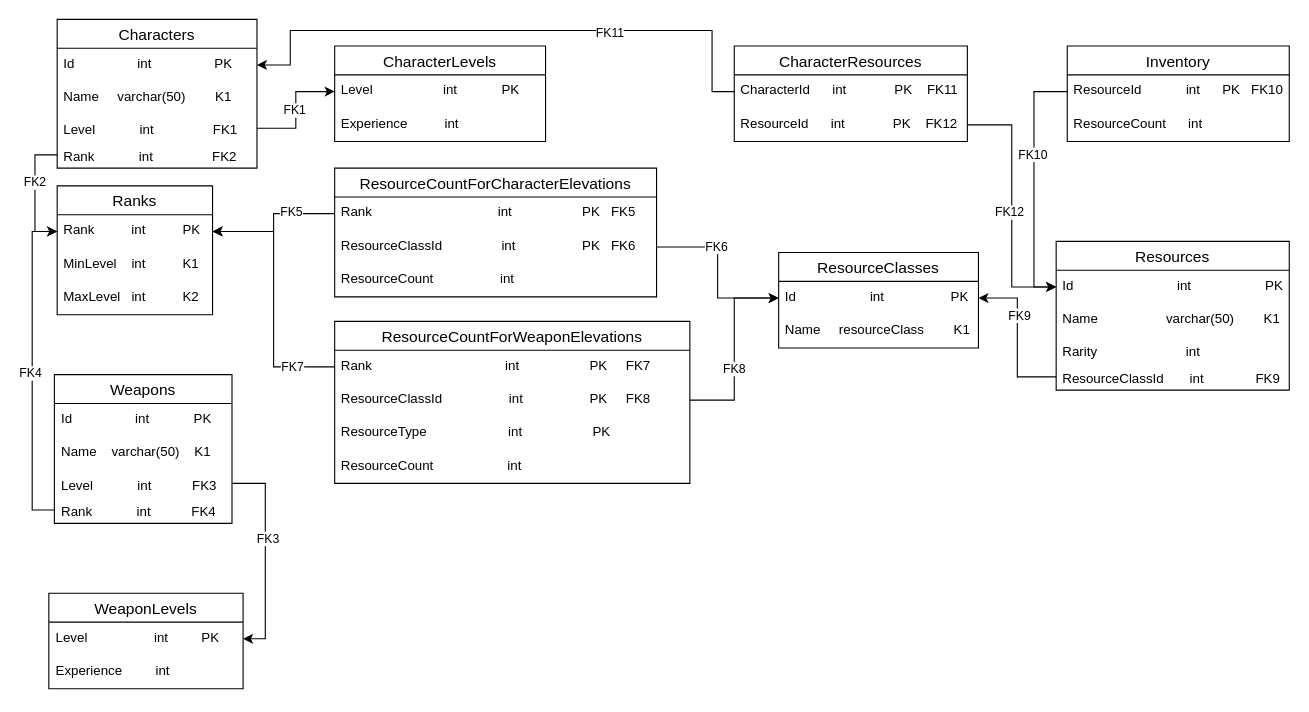
This is project/models/PDM.drawio from Matrixoid/itmo-database-course, a draw.io file, before an edit. Source tidied: cells renumbered, new cells numbered last; positions are measured from the earlier drawing's top-left corner, leaving out a move shared by most shapes. Both pictures are drawn from the tidied source at 111%, with x=0, y=0 at pixel (34, 19).
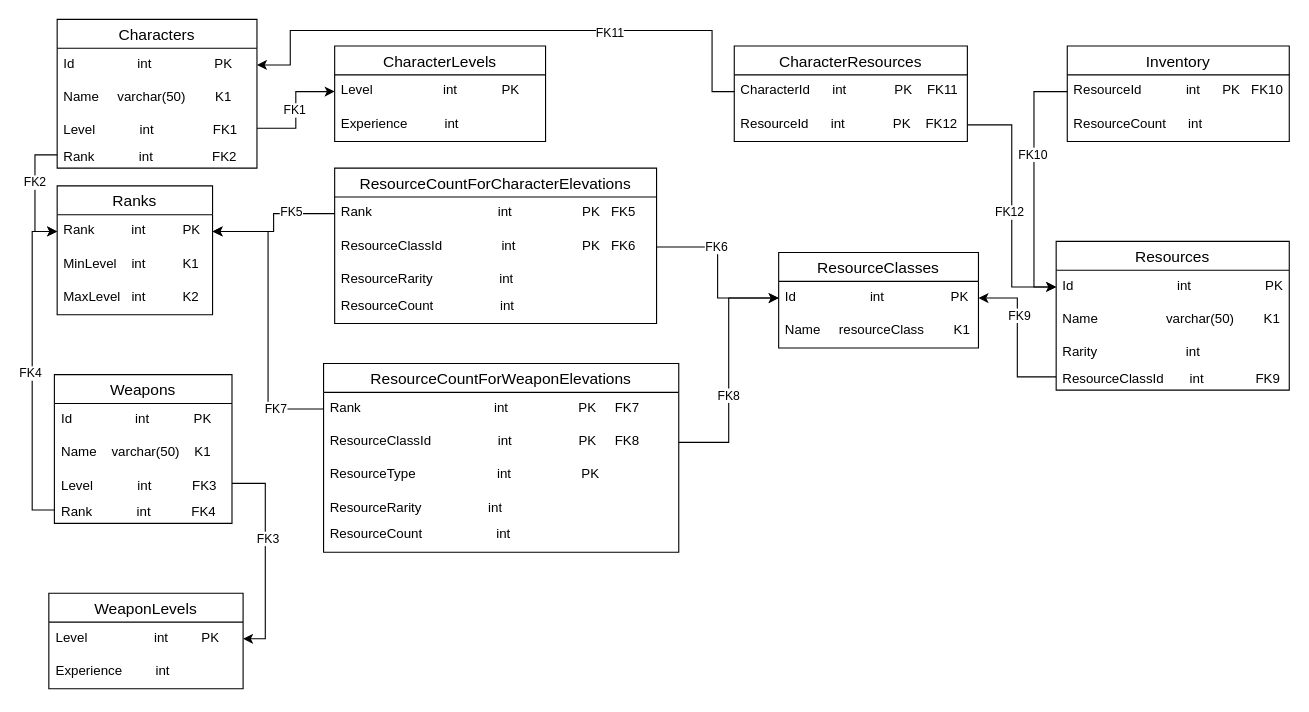
Above is the later version.

The edit, as a diff of the source:
```diff
@@
     <mxCell id="15" value="ResourceCountForCharacterElevations" style="swimlane;fontStyle=0;horizontal=1;startSize=26;align=center;fontSize=14;" parent="1" vertex="1">
-      <mxGeometry x="270" y="134" width="290" height="116" as="geometry" />
+      <mxGeometry x="270" y="134" width="290" height="140" as="geometry" />
     </mxCell>
@@
+    <mxCell id="69" value="ResourceRarity&amp;nbsp; &amp;nbsp; &amp;nbsp; &amp;nbsp; &amp;nbsp; &amp;nbsp; &amp;nbsp; &amp;nbsp; &amp;nbsp; int" style="text;strokeColor=none;fillColor=none;spacingLeft=4;spacingRight=4;overflow=hidden;fontSize=12;whiteSpace=wrap;html=1;" parent="15" vertex="1">
+      <mxGeometry y="86" width="290" height="24" as="geometry" />
+    </mxCell>
     <mxCell id="18" value="ResourceCount&amp;nbsp; &amp;nbsp; &amp;nbsp; &amp;nbsp; &amp;nbsp; &amp;nbsp; &amp;nbsp; &amp;nbsp; &amp;nbsp; int" style="text;strokeColor=none;fillColor=none;spacingLeft=4;spacingRight=4;overflow=hidden;fontSize=12;whiteSpace=wrap;html=1;" parent="15" vertex="1">
-      <mxGeometry y="86" width="290" height="30" as="geometry" />
+      <mxGeometry y="110" width="290" height="30" as="geometry" />
     </mxCell>
@@
     <mxCell id="27" value="ResourceCountForWeaponElevations" style="swimlane;fontStyle=0;horizontal=1;startSize=26;align=center;fontSize=14;" parent="1" vertex="1">
-      <mxGeometry x="270" y="272" width="320" height="146" as="geometry" />
+      <mxGeometry x="260" y="310" width="320" height="170" as="geometry" />
     </mxCell>
@@
+    <mxCell id="70" value="ResourceRarity&amp;nbsp; &amp;nbsp; &amp;nbsp; &amp;nbsp; &amp;nbsp; &amp;nbsp; &amp;nbsp; &amp;nbsp; &amp;nbsp; int" style="text;strokeColor=none;fillColor=none;spacingLeft=4;spacingRight=4;overflow=hidden;fontSize=12;whiteSpace=wrap;html=1;" parent="27" vertex="1">
+      <mxGeometry y="116" width="320" height="24" as="geometry" />
+    </mxCell>
     <mxCell id="31" value="ResourceCount&amp;nbsp; &amp;nbsp; &amp;nbsp; &amp;nbsp; &amp;nbsp; &amp;nbsp; &amp;nbsp; &amp;nbsp; &amp;nbsp; &amp;nbsp; int" style="text;strokeColor=none;fillColor=none;spacingLeft=4;spacingRight=4;overflow=hidden;fontSize=12;whiteSpace=wrap;html=1;" parent="27" vertex="1">
-      <mxGeometry y="116" width="320" height="30" as="geometry" />
+      <mxGeometry y="140" width="320" height="30" as="geometry" />
     </mxCell>
```
